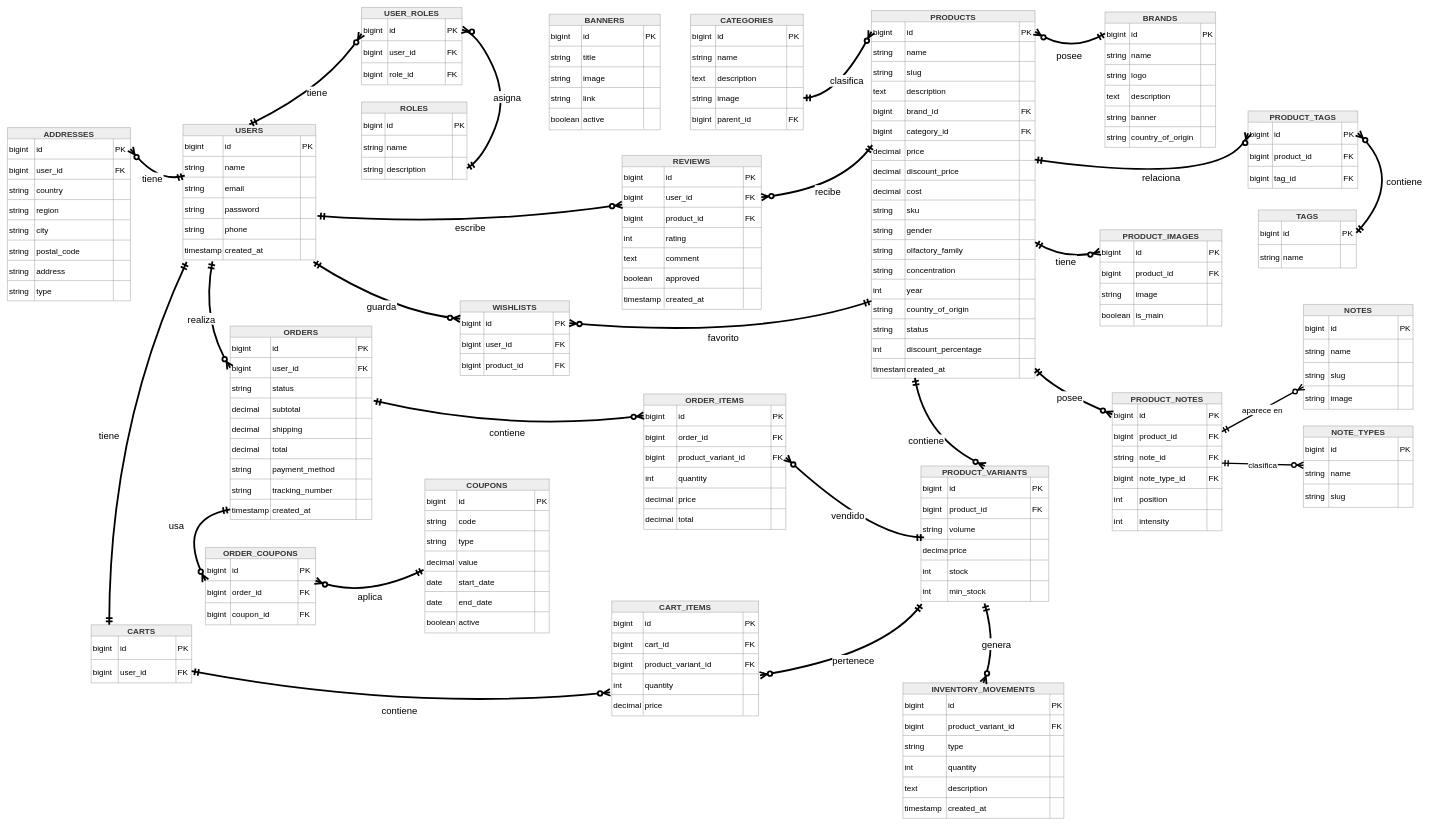
This is docs/Diagrama Entidad Realación Gios Perfumes.drawio from Frangersal/gios-perfumes, a draw.io file, before an edit. Source tidied: cells renumbered, new cells numbered last; positions are measured from the earlier drawing's top-left corner, leaving out a move shared by most shapes. Both pictures are drawn from the tidied source at 45%, with x=0, y=0 at pixel (7, 7).
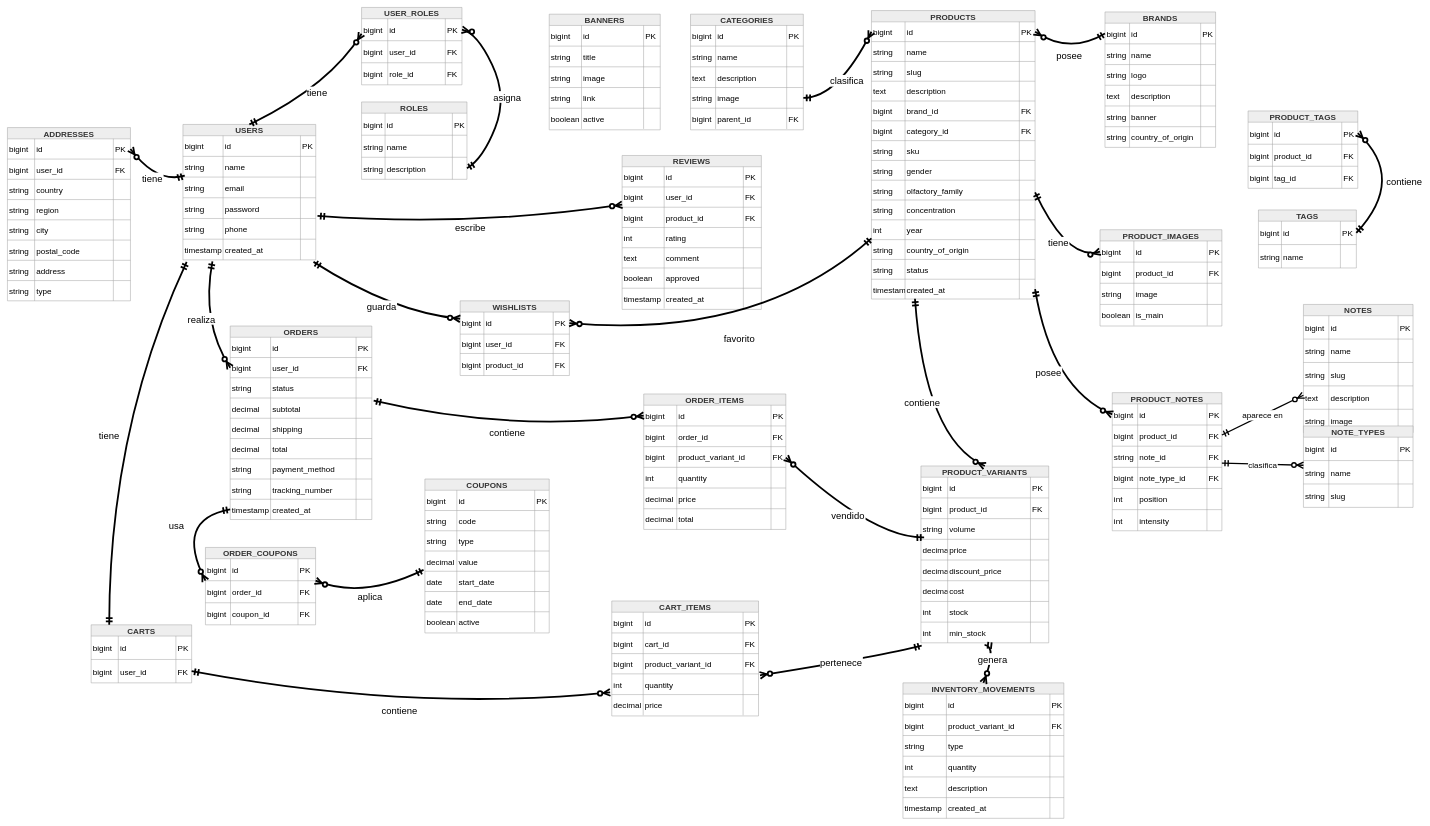
The same page after the edit.

The change refers to these unchanged cells:
```xml
<mxCell id="224" style="shape=tableRow;horizontal=0;startSize=0;swimlaneHead=0;swimlaneBody=0;fillColor=none;points=[[0,0.5],[1,0.5]];portConstraint=eastwest;top=0;left=0;right=0;bottom=0;fontSize=18;" parent="223" vertex="1">
  <mxGeometry y="25" width="243.8" height="49" as="geometry" />
</mxCell>
<mxCell id="434" style="shape=tableRow;horizontal=0;startSize=0;swimlaneHead=0;swimlaneBody=0;fillColor=none;points=[[0,0.5],[1,0.5]];portConstraint=eastwest;top=0;left=0;right=0;bottom=0;fontSize=18;" parent="429" vertex="1">
  <mxGeometry y="70" width="309.4" height="45" as="geometry" />
</mxCell>
```

What changed in the source:
```diff
@@
     <mxCell id="53" value="PRODUCTS" style="shape=table;startSize=25;childLayout=tableLayout;rowLines=1;fontStyle=1;align=center;fillColor=light-dark(#EEEEEE,#003300);strokeColor=light-dark(#999999,#cccccc);fontColor=light-dark(#333333,#cccccc);swimlaneFillColor=light-dark(#FFFFFF,#006633);fontSize=18;" parent="1" vertex="1">
-      <mxGeometry x="1920" y="7" width="363.7" height="817" as="geometry" />
+      <mxGeometry x="1920" y="7" width="363.7" height="641" as="geometry" />
     </mxCell>
@@
-    <mxCell id="78" style="shape=tableRow;horizontal=0;startSize=0;swimlaneHead=0;swimlaneBody=0;fillColor=none;points=[[0,0.5],[1,0.5]];portConstraint=eastwest;top=0;left=0;right=0;bottom=0;fontSize=18;" parent="53" vertex="1">
-      <mxGeometry y="289" width="363.7" height="44" as="geometry" />
-    </mxCell>
-    <mxCell id="79" value="decimal" style="shape=partialRectangle;fillColor=none;top=0;left=0;bottom=0;right=0;align=left;spacingLeft=2;overflow=hidden;fontSize=18;" parent="78" vertex="1">
-      <mxGeometry width="74.7" height="44" as="geometry" />
-    </mxCell>
-    <mxCell id="80" value="price" style="shape=partialRectangle;fillColor=none;top=0;left=0;bottom=0;right=0;align=left;spacingLeft=2;overflow=hidden;fontSize=18;" parent="78" vertex="1">
-      <mxGeometry x="74.7" width="254" height="44" as="geometry" />
-    </mxCell>
-    <mxCell id="81" style="shape=partialRectangle;fillColor=none;top=0;left=0;bottom=0;right=0;align=left;spacingLeft=2;overflow=hidden;fontSize=18;" parent="78" vertex="1">
-      <mxGeometry x="328.7" width="35" height="44" as="geometry" />
-    </mxCell>
-    <mxCell id="82" style="shape=tableRow;horizontal=0;startSize=0;swimlaneHead=0;swimlaneBody=0;fillColor=none;points=[[0,0.5],[1,0.5]];portConstraint=eastwest;top=0;left=0;right=0;bottom=0;fontSize=18;" parent="53" vertex="1">
-      <mxGeometry y="333" width="363.7" height="44" as="geometry" />
-    </mxCell>
-    <mxCell id="83" value="decimal" style="shape=partialRectangle;fillColor=none;top=0;left=0;bottom=0;right=0;align=left;spacingLeft=2;overflow=hidden;fontSize=18;" parent="82" vertex="1">
-      <mxGeometry width="74.7" height="44" as="geometry" />
-    </mxCell>
-    <mxCell id="84" value="discount_price" style="shape=partialRectangle;fillColor=none;top=0;left=0;bottom=0;right=0;align=left;spacingLeft=2;overflow=hidden;fontSize=18;" parent="82" vertex="1">
-      <mxGeometry x="74.7" width="254" height="44" as="geometry" />
-    </mxCell>
-    <mxCell id="85" style="shape=partialRectangle;fillColor=none;top=0;left=0;bottom=0;right=0;align=left;spacingLeft=2;overflow=hidden;fontSize=18;" parent="82" vertex="1">
-      <mxGeometry x="328.7" width="35" height="44" as="geometry" />
-    </mxCell>
-    <mxCell id="86" style="shape=tableRow;horizontal=0;startSize=0;swimlaneHead=0;swimlaneBody=0;fillColor=none;top=0;left=0;right=0;bottom=0;fontSize=18;" parent="53" vertex="1">
-      <mxGeometry y="377" width="363.7" height="44" as="geometry" />
-    </mxCell>
-    <mxCell id="87" value="decimal" style="shape=partialRectangle;fillColor=none;top=0;left=0;bottom=0;right=0;align=left;spacingLeft=2;overflow=hidden;fontSize=18;" parent="86" vertex="1">
-      <mxGeometry width="74.7" height="44" as="geometry" />
-    </mxCell>
-    <mxCell id="88" value="cost" style="shape=partialRectangle;fillColor=none;top=0;left=0;bottom=0;right=0;align=left;spacingLeft=2;overflow=hidden;fontSize=18;" parent="86" vertex="1">
-      <mxGeometry x="74.7" width="254" height="44" as="geometry" />
-    </mxCell>
-    <mxCell id="89" style="shape=partialRectangle;fillColor=none;top=0;left=0;bottom=0;right=0;align=left;spacingLeft=2;overflow=hidden;fontSize=18;" parent="86" vertex="1">
-      <mxGeometry x="328.7" width="35" height="44" as="geometry" />
-    </mxCell>
     <mxCell id="90" style="shape=tableRow;horizontal=0;startSize=0;swimlaneHead=0;swimlaneBody=0;fillColor=none;top=0;left=0;right=0;bottom=0;fontSize=18;" parent="53" vertex="1">
-      <mxGeometry y="421" width="363.7" height="44" as="geometry" />
+      <mxGeometry y="289" width="363.7" height="44" as="geometry" />
     </mxCell>
@@
     <mxCell id="94" style="shape=tableRow;horizontal=0;startSize=0;swimlaneHead=0;swimlaneBody=0;fillColor=none;top=0;left=0;right=0;bottom=0;fontSize=18;" parent="53" vertex="1">
-      <mxGeometry y="465" width="363.7" height="44" as="geometry" />
+      <mxGeometry y="333" width="363.7" height="44" as="geometry" />
     </mxCell>
@@
     <mxCell id="98" style="shape=tableRow;horizontal=0;startSize=0;swimlaneHead=0;swimlaneBody=0;fillColor=none;top=0;left=0;right=0;bottom=0;fontSize=18;" parent="53" vertex="1">
-      <mxGeometry y="509" width="363.7" height="44" as="geometry" />
+      <mxGeometry y="377" width="363.7" height="44" as="geometry" />
     </mxCell>
@@
     <mxCell id="102" style="shape=tableRow;horizontal=0;startSize=0;swimlaneHead=0;swimlaneBody=0;fillColor=none;top=0;left=0;right=0;bottom=0;fontSize=18;" parent="53" vertex="1">
-      <mxGeometry y="553" width="363.7" height="44" as="geometry" />
+      <mxGeometry y="421" width="363.7" height="44" as="geometry" />
     </mxCell>
@@
     <mxCell id="106" style="shape=tableRow;horizontal=0;startSize=0;swimlaneHead=0;swimlaneBody=0;fillColor=none;top=0;left=0;right=0;bottom=0;fontSize=18;" parent="53" vertex="1">
-      <mxGeometry y="597" width="363.7" height="44" as="geometry" />
+      <mxGeometry y="465" width="363.7" height="44" as="geometry" />
     </mxCell>
@@
     <mxCell id="110" style="shape=tableRow;horizontal=0;startSize=0;swimlaneHead=0;swimlaneBody=0;fillColor=none;top=0;left=0;right=0;bottom=0;fontSize=18;" parent="53" vertex="1">
-      <mxGeometry y="641" width="363.7" height="44" as="geometry" />
+      <mxGeometry y="509" width="363.7" height="44" as="geometry" />
     </mxCell>
@@
     <mxCell id="114" style="shape=tableRow;horizontal=0;startSize=0;swimlaneHead=0;swimlaneBody=0;fillColor=none;top=0;left=0;right=0;bottom=0;fontSize=18;" parent="53" vertex="1">
-      <mxGeometry y="685" width="363.7" height="44" as="geometry" />
+      <mxGeometry y="553" width="363.7" height="44" as="geometry" />
     </mxCell>
@@
-    <mxCell id="118" style="shape=tableRow;horizontal=0;startSize=0;swimlaneHead=0;swimlaneBody=0;fillColor=none;top=0;left=0;right=0;bottom=0;fontSize=18;" parent="53" vertex="1">
-      <mxGeometry y="729" width="363.7" height="44" as="geometry" />
-    </mxCell>
-    <mxCell id="119" value="int" style="shape=partialRectangle;fillColor=none;top=0;left=0;bottom=0;right=0;align=left;spacingLeft=2;overflow=hidden;fontSize=18;" parent="118" vertex="1">
-      <mxGeometry width="74.7" height="44" as="geometry" />
-    </mxCell>
-    <mxCell id="120" value="discount_percentage" style="shape=partialRectangle;fillColor=none;top=0;left=0;bottom=0;right=0;align=left;spacingLeft=2;overflow=hidden;fontSize=18;" parent="118" vertex="1">
-      <mxGeometry x="74.7" width="254" height="44" as="geometry" />
-    </mxCell>
-    <mxCell id="121" style="shape=partialRectangle;fillColor=none;top=0;left=0;bottom=0;right=0;align=left;spacingLeft=2;overflow=hidden;fontSize=18;" parent="118" vertex="1">
-      <mxGeometry x="328.7" width="35" height="44" as="geometry" />
-    </mxCell>
     <mxCell id="122" style="shape=tableRow;horizontal=0;startSize=0;swimlaneHead=0;swimlaneBody=0;fillColor=none;points=[[0,0.5],[1,0.5]];portConstraint=eastwest;top=0;left=0;right=0;bottom=0;fontSize=18;" parent="53" vertex="1">
-      <mxGeometry y="773" width="363.7" height="44" as="geometry" />
+      <mxGeometry y="597" width="363.7" height="44" as="geometry" />
     </mxCell>
@@
     <mxCell id="126" value="PRODUCT_VARIANTS" style="shape=table;startSize=25;childLayout=tableLayout;rowLines=1;fontStyle=1;align=center;fillColor=light-dark(#EEEEEE,#003300);strokeColor=light-dark(#999999,#cccccc);fontColor=light-dark(#333333,#cccccc);swimlaneFillColor=light-dark(#FFFFFF,#006633);fontSize=18;" parent="1" vertex="1">
-      <mxGeometry x="2030" y="1019" width="284" height="301" as="geometry" />
+      <mxGeometry x="2030" y="1019" width="284" height="393" as="geometry" />
     </mxCell>
@@
+    <mxCell id="571" style="shape=tableRow;horizontal=0;startSize=0;swimlaneHead=0;swimlaneBody=0;fillColor=none;top=0;left=0;right=0;bottom=0;fontSize=18;" parent="126" vertex="1">
+      <mxGeometry y="209" width="284" height="46" as="geometry" />
+    </mxCell>
+    <mxCell id="572" value="decimal" style="shape=partialRectangle;fillColor=none;top=0;left=0;bottom=0;right=0;align=left;spacingLeft=2;overflow=hidden;fontSize=18;" parent="571" vertex="1">
+      <mxGeometry width="59.4" height="46" as="geometry" />
+    </mxCell>
+    <mxCell id="84" value="discount_price" style="shape=partialRectangle;fillColor=none;top=0;left=0;bottom=0;right=0;align=left;spacingLeft=2;overflow=hidden;fontSize=18;" parent="571" vertex="1">
+      <mxGeometry x="59.4" width="184" height="46" as="geometry" />
+    </mxCell>
+    <mxCell id="573" style="shape=partialRectangle;fillColor=none;top=0;left=0;bottom=0;right=0;align=left;spacingLeft=2;overflow=hidden;fontSize=18;" parent="571" vertex="1">
+      <mxGeometry x="243.4" width="40.6" height="46" as="geometry" />
+    </mxCell>
+    <mxCell id="574" style="shape=tableRow;horizontal=0;startSize=0;swimlaneHead=0;swimlaneBody=0;fillColor=none;top=0;left=0;right=0;bottom=0;fontSize=18;" parent="126" vertex="1">
+      <mxGeometry y="255" width="284" height="46" as="geometry" />
+    </mxCell>
+    <mxCell id="575" value="decimal" style="shape=partialRectangle;fillColor=none;top=0;left=0;bottom=0;right=0;align=left;spacingLeft=2;overflow=hidden;fontSize=18;" parent="574" vertex="1">
+      <mxGeometry width="59.4" height="46" as="geometry" />
+    </mxCell>
+    <mxCell id="88" value="cost" style="shape=partialRectangle;fillColor=none;top=0;left=0;bottom=0;right=0;align=left;spacingLeft=2;overflow=hidden;fontSize=18;" parent="574" vertex="1">
+      <mxGeometry x="59.4" width="184" height="46" as="geometry" />
+    </mxCell>
+    <mxCell id="576" style="shape=partialRectangle;fillColor=none;top=0;left=0;bottom=0;right=0;align=left;spacingLeft=2;overflow=hidden;fontSize=18;" parent="574" vertex="1">
+      <mxGeometry x="243.4" width="40.6" height="46" as="geometry" />
+    </mxCell>
     <mxCell id="143" style="shape=tableRow;horizontal=0;startSize=0;swimlaneHead=0;swimlaneBody=0;fillColor=none;top=0;left=0;right=0;bottom=0;fontSize=18;" parent="126" vertex="1">
-      <mxGeometry y="209" width="284" height="46" as="geometry" />
+      <mxGeometry y="301" width="284" height="46" as="geometry" />
     </mxCell>
@@
     <mxCell id="147" style="shape=tableRow;horizontal=0;startSize=0;swimlaneHead=0;swimlaneBody=0;fillColor=none;points=[[0,0.5],[1,0.5]];portConstraint=eastwest;top=0;left=0;right=0;bottom=0;fontSize=18;" parent="126" vertex="1">
-      <mxGeometry y="255" width="284" height="46" as="geometry" />
+      <mxGeometry y="347" width="284" height="46" as="geometry" />
     </mxCell>
@@
     <mxCell id="261" value="NOTES" style="shape=table;startSize=25;childLayout=tableLayout;rowLines=1;fontStyle=1;align=center;fillColor=light-dark(#EEEEEE,#003300);strokeColor=light-dark(#999999,#cccccc);fontColor=light-dark(#333333,#cccccc);swimlaneFillColor=light-dark(#FFFFFF,#006633);fontSize=18;" parent="1" vertex="1">
-      <mxGeometry x="2880" y="660" width="243.6" height="233" as="geometry" />
+      <mxGeometry x="2880" y="660" width="243.6" height="285" as="geometry" />
     </mxCell>
@@
+    <mxCell id="577" style="shape=tableRow;horizontal=0;startSize=0;swimlaneHead=0;swimlaneBody=0;fillColor=none;top=0;left=0;right=0;bottom=0;fontSize=18;" parent="261" vertex="1">
+      <mxGeometry y="181" width="243.6" height="52" as="geometry" />
+    </mxCell>
+    <mxCell id="578" value="text" style="shape=partialRectangle;fillColor=none;top=0;left=0;bottom=0;right=0;align=left;spacingLeft=2;overflow=hidden;fontSize=18;" parent="577" vertex="1">
+      <mxGeometry width="56.4" height="52" as="geometry" />
+    </mxCell>
+    <mxCell id="579" value="description" style="shape=partialRectangle;fillColor=none;top=0;left=0;bottom=0;right=0;align=left;spacingLeft=2;overflow=hidden;fontSize=18;" parent="577" vertex="1">
+      <mxGeometry x="56.4" width="154" height="52" as="geometry" />
+    </mxCell>
+    <mxCell id="580" style="shape=partialRectangle;fillColor=none;top=0;left=0;bottom=0;right=0;align=left;spacingLeft=2;overflow=hidden;fontSize=18;" parent="577" vertex="1">
+      <mxGeometry x="210.4" width="33.2" height="52" as="geometry" />
+    </mxCell>
     <mxCell id="274" style="shape=tableRow;horizontal=0;startSize=0;swimlaneHead=0;swimlaneBody=0;fillColor=none;top=0;left=0;right=0;bottom=0;fontSize=18;" parent="261" vertex="1">
-      <mxGeometry y="181" width="243.6" height="52" as="geometry" />
+      <mxGeometry y="233" width="243.6" height="52" as="geometry" />
     </mxCell>
@@
-    <mxCell id="554" value="relaciona" style="curved=1;startArrow=ERmandOne;startSize=10;endArrow=ERzeroToMany;endSize=10;exitX=0.998;exitY=-0.045;entryX=0;entryY=0.5;rounded=0;entryDx=0;entryDy=0;exitDx=0;exitDy=0;fontSize=21;strokeWidth=4;strokeColor=light-dark(#000000,#000066);labelBackgroundColor=light-dark(#FFFFFF,#000033);fontColor=light-dark(#000000,#FFFFFF);exitPerimeter=0;" parent="1" edge="1" source="82" target="224">
+    <mxCell id="554" value="relaciona" style="curved=1;startArrow=ERmandOne;startSize=10;endArrow=ERzeroToMany;endSize=10;exitX=0.998;exitY=-0.045;entryX=0;entryY=0.5;rounded=0;entryDx=0;entryDy=0;exitDx=0;exitDy=0;fontSize=21;strokeWidth=4;strokeColor=light-dark(#000000,#000066);labelBackgroundColor=light-dark(#FFFFFF,#000033);fontColor=light-dark(#000000,#FFFFFF);exitPerimeter=0;" parent="1" edge="1" target="224">
       <mxGeometry relative="1" as="geometry">
         <Array as="points">
           <mxPoint x="2721" y="400" />
         </Array>
       </mxGeometry>
     </mxCell>
@@
-    <mxCell id="567" value="recibe" style="curved=1;startArrow=ERmandOne;startSize=10;endArrow=ERzeroToMany;endSize=10;exitX=0.005;exitY=0.227;entryX=1;entryY=0.5;rounded=0;fontSize=21;strokeWidth=4;strokeColor=light-dark(#000000,#000066);labelBackgroundColor=light-dark(#FFFFFF,#000033);fontColor=light-dark(#000000,#FFFFFF);exitDx=0;exitDy=0;exitPerimeter=0;entryDx=0;entryDy=0;" parent="1" edge="1" source="78" target="434">
+    <mxCell id="567" value="recibe" style="curved=1;startArrow=ERmandOne;startSize=10;endArrow=ERzeroToMany;endSize=10;exitX=0.005;exitY=0.227;entryX=1;entryY=0.5;rounded=0;fontSize=21;strokeWidth=4;strokeColor=light-dark(#000000,#000066);labelBackgroundColor=light-dark(#FFFFFF,#000033);fontColor=light-dark(#000000,#FFFFFF);exitDx=0;exitDy=0;exitPerimeter=0;entryDx=0;entryDy=0;" parent="1" edge="1" target="434">
       <mxGeometry relative="1" as="geometry">
         <Array as="points">
           <mxPoint x="1852" y="404" />
         </Array>
       </mxGeometry>
     </mxCell>
```
